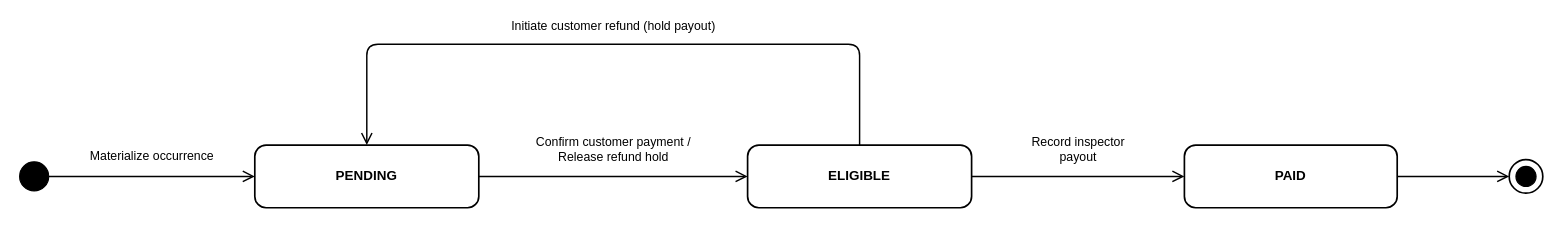
Above: page "State 7 - InspectorPayout" (7 of 7) of diagrams/smartdrone-state-diagrams.drawio in tungbach12/SmartDroneInspection-Docs (draw.io), before the change. Source tidied: cells renumbered, new cells numbered last; positions are measured from the earlier drawing's top-left corner, leaving out a move shared by most shapes. Both pictures are drawn from the tidied source at 112%, with x=0, y=0 at pixel (19, 44).
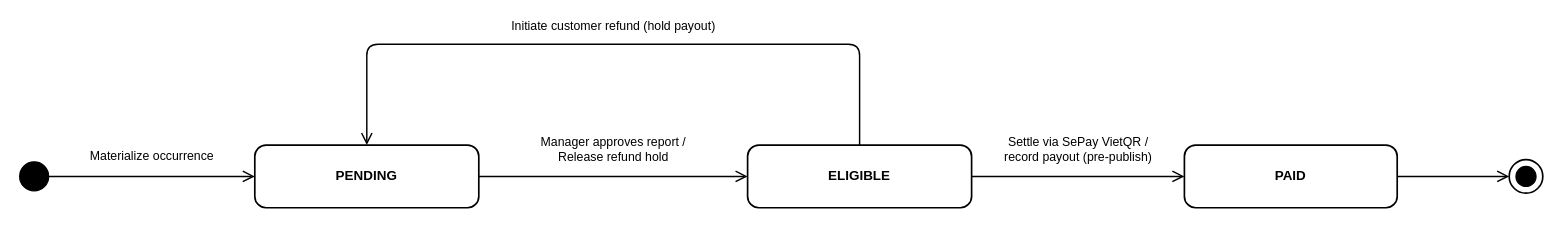
After the change.

What changed in the source:
```diff
@@
 <mxGraphModel>
   <root>
     <mxCell id="0" />
     <mxCell id="1" parent="0" />
     <mxCell id="2" style="ellipse;whiteSpace=wrap;html=1;fillColor=#000000;strokeColor=#000000;" parent="1" vertex="1">
       <mxGeometry y="105" width="26" height="26" as="geometry" />
     </mxCell>
     <mxCell id="3" value="&lt;b&gt;PENDING&lt;/b&gt;" style="rounded=1;arcSize=18;whiteSpace=wrap;html=1;fillColor=#FFFFFF;strokeColor=#000000;strokeWidth=1.5;fontFamily=Helvetica;fontSize=12;align=center;verticalAlign=middle;" parent="1" vertex="1">
       <mxGeometry x="210" y="90" width="200" height="56" as="geometry" />
     </mxCell>
     <mxCell id="4" value="&lt;b&gt;ELIGIBLE&lt;/b&gt;" style="rounded=1;arcSize=18;whiteSpace=wrap;html=1;fillColor=#FFFFFF;strokeColor=#000000;strokeWidth=1.5;fontFamily=Helvetica;fontSize=12;align=center;verticalAlign=middle;" parent="1" vertex="1">
       <mxGeometry x="650" y="90" width="200" height="56" as="geometry" />
     </mxCell>
     <mxCell id="5" value="&lt;b&gt;PAID&lt;/b&gt;" style="rounded=1;arcSize=18;whiteSpace=wrap;html=1;fillColor=#FFFFFF;strokeColor=#000000;strokeWidth=1.5;fontFamily=Helvetica;fontSize=12;align=center;verticalAlign=middle;" parent="1" vertex="1">
       <mxGeometry x="1040" y="90" width="190" height="56" as="geometry" />
     </mxCell>
     <mxCell id="6" style="ellipse;whiteSpace=wrap;html=1;fillColor=#FFFFFF;strokeColor=#000000;strokeWidth=1.5;" parent="1" vertex="1">
       <mxGeometry x="1330" y="103" width="30" height="30" as="geometry" />
     </mxCell>
     <mxCell id="7" style="ellipse;whiteSpace=wrap;html=1;fillColor=#000000;strokeColor=#000000;" parent="6" vertex="1">
       <mxGeometry x="6" y="6" width="18" height="18" as="geometry" />
     </mxCell>
     <mxCell id="8" value="Materialize occurrence" style="edgeStyle=orthogonalEdgeStyle;rounded=1;jettySize=auto;html=1;strokeColor=#000000;strokeWidth=1.3;endArrow=open;endFill=0;endSize=8;fontFamily=Helvetica;fontSize=11;fontColor=#000000;labelBackgroundColor=#FFFFFF;exitPerimeter=0;entryPerimeter=0;exitX=1.0;exitY=0.5;entryX=0.0;entryY=0.5;" parent="1" edge="1" source="2" target="3">
       <mxGeometry relative="1" as="geometry">
         <mxPoint y="-18" as="offset" />
       </mxGeometry>
     </mxCell>
-    <mxCell id="9" value="Confirm customer payment /&lt;br/&gt;Release refund hold" style="edgeStyle=orthogonalEdgeStyle;rounded=1;jettySize=auto;html=1;strokeColor=#000000;strokeWidth=1.3;endArrow=open;endFill=0;endSize=8;fontFamily=Helvetica;fontSize=11;fontColor=#000000;labelBackgroundColor=#FFFFFF;exitPerimeter=0;entryPerimeter=0;exitX=1.0;exitY=0.5;entryX=0.0;entryY=0.5;" parent="1" edge="1" source="3" target="4">
+    <mxCell id="9" value="Manager approves report /&lt;br/&gt;Release refund hold" style="edgeStyle=orthogonalEdgeStyle;rounded=1;jettySize=auto;html=1;strokeColor=#000000;strokeWidth=1.3;endArrow=open;endFill=0;endSize=8;fontFamily=Helvetica;fontSize=11;fontColor=#000000;labelBackgroundColor=#FFFFFF;exitPerimeter=0;entryPerimeter=0;exitX=1.0;exitY=0.5;entryX=0.0;entryY=0.5;" parent="1" edge="1" source="3" target="4">
       <mxGeometry relative="1" as="geometry">
         <mxPoint y="-24" as="offset" />
       </mxGeometry>
     </mxCell>
     <mxCell id="10" value="Initiate customer refund (hold payout)" style="edgeStyle=orthogonalEdgeStyle;rounded=1;jettySize=auto;html=1;strokeColor=#000000;strokeWidth=1.3;endArrow=open;endFill=0;endSize=8;fontFamily=Helvetica;fontSize=11;fontColor=#000000;labelBackgroundColor=#FFFFFF;exitPerimeter=0;entryPerimeter=0;exitX=0.5;exitY=0.0;entryX=0.5;entryY=0.0;" parent="1" edge="1" source="4" target="3">
       <mxGeometry relative="1" as="geometry">
         <Array as="points">
           <mxPoint x="750" />
           <mxPoint x="310" />
         </Array>
         <mxPoint y="-16" as="offset" />
       </mxGeometry>
     </mxCell>
-    <mxCell id="11" value="Record inspector&lt;br/&gt;payout" style="edgeStyle=orthogonalEdgeStyle;rounded=1;jettySize=auto;html=1;strokeColor=#000000;strokeWidth=1.3;endArrow=open;endFill=0;endSize=8;fontFamily=Helvetica;fontSize=11;fontColor=#000000;labelBackgroundColor=#FFFFFF;exitPerimeter=0;entryPerimeter=0;exitX=1.0;exitY=0.5;entryX=0.0;entryY=0.5;" parent="1" edge="1" source="4" target="5">
+    <mxCell id="11" value="Settle via SePay VietQR /&lt;br/&gt;record payout (pre-publish)" style="edgeStyle=orthogonalEdgeStyle;rounded=1;jettySize=auto;html=1;strokeColor=#000000;strokeWidth=1.3;endArrow=open;endFill=0;endSize=8;fontFamily=Helvetica;fontSize=11;fontColor=#000000;labelBackgroundColor=#FFFFFF;exitPerimeter=0;entryPerimeter=0;exitX=1.0;exitY=0.5;entryX=0.0;entryY=0.5;" parent="1" edge="1" source="4" target="5">
       <mxGeometry relative="1" as="geometry">
         <mxPoint y="-24" as="offset" />
       </mxGeometry>
     </mxCell>
     <mxCell id="12" style="edgeStyle=orthogonalEdgeStyle;rounded=1;jettySize=auto;html=1;strokeColor=#000000;strokeWidth=1.3;endArrow=open;endFill=0;endSize=8;fontFamily=Helvetica;fontSize=11;fontColor=#000000;labelBackgroundColor=#FFFFFF;exitPerimeter=0;entryPerimeter=0;exitX=1.0;exitY=0.5;entryX=0.0;entryY=0.5;" parent="1" edge="1" source="5" target="6">
       <mxGeometry relative="1" as="geometry" />
     </mxCell>
   </root>
 </mxGraphModel>
```
